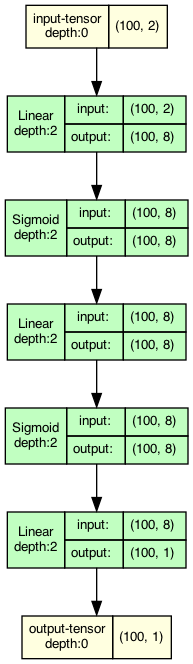
This is MonLoss_graph_f6.gv.png from nestorcarmona/monotonic-NN, a Graphviz export, as it was before one commit. Its source is kept beside it as MonLoss_graph_f6.gv. Its diagram source:
```dot
strict digraph MonLoss_graph_f6 {
	graph [ordering=in rankdir="figures/" size="12.0,12.0"]
	node [align=left fontname="Linux libertine" fontsize=10 height=0.2 margin=0 ranksep=0.1 shape=plaintext style=filled]
	edge [fontsize=10]
	0 [label=<
                    <TABLE BORDER="0" CELLBORDER="1"
                    CELLSPACING="0" CELLPADDING="4">
                        <TR><TD>input-tensor<BR/>depth:0</TD><TD>(100, 2)</TD></TR>
                    </TABLE>> fillcolor=lightyellow]
	1 [label=<
                    <TABLE BORDER="0" CELLBORDER="1"
                    CELLSPACING="0" CELLPADDING="4">
                    <TR>
                        <TD ROWSPAN="2">Linear<BR/>depth:2</TD>
                        <TD COLSPAN="2">input:</TD>
                        <TD COLSPAN="2">(100, 2) </TD>
                    </TR>
                    <TR>
                        <TD COLSPAN="2">output: </TD>
                        <TD COLSPAN="2">(100, 8) </TD>
                    </TR>
                    </TABLE>> fillcolor=darkseagreen1]
	2 [label=<
                    <TABLE BORDER="0" CELLBORDER="1"
                    CELLSPACING="0" CELLPADDING="4">
                    <TR>
                        <TD ROWSPAN="2">Sigmoid<BR/>depth:2</TD>
                        <TD COLSPAN="2">input:</TD>
                        <TD COLSPAN="2">(100, 8) </TD>
                    </TR>
                    <TR>
                        <TD COLSPAN="2">output: </TD>
                        <TD COLSPAN="2">(100, 8) </TD>
                    </TR>
                    </TABLE>> fillcolor=darkseagreen1]
	3 [label=<
                    <TABLE BORDER="0" CELLBORDER="1"
                    CELLSPACING="0" CELLPADDING="4">
                    <TR>
                        <TD ROWSPAN="2">Linear<BR/>depth:2</TD>
                        <TD COLSPAN="2">input:</TD>
                        <TD COLSPAN="2">(100, 8) </TD>
                    </TR>
                    <TR>
                        <TD COLSPAN="2">output: </TD>
                        <TD COLSPAN="2">(100, 8) </TD>
                    </TR>
                    </TABLE>> fillcolor=darkseagreen1]
	4 [label=<
                    <TABLE BORDER="0" CELLBORDER="1"
                    CELLSPACING="0" CELLPADDING="4">
                    <TR>
                        <TD ROWSPAN="2">Sigmoid<BR/>depth:2</TD>
                        <TD COLSPAN="2">input:</TD>
                        <TD COLSPAN="2">(100, 8) </TD>
                    </TR>
                    <TR>
                        <TD COLSPAN="2">output: </TD>
                        <TD COLSPAN="2">(100, 8) </TD>
                    </TR>
                    </TABLE>> fillcolor=darkseagreen1]
	5 [label=<
                    <TABLE BORDER="0" CELLBORDER="1"
                    CELLSPACING="0" CELLPADDING="4">
                    <TR>
                        <TD ROWSPAN="2">Linear<BR/>depth:2</TD>
                        <TD COLSPAN="2">input:</TD>
                        <TD COLSPAN="2">(100, 8) </TD>
                    </TR>
                    <TR>
                        <TD COLSPAN="2">output: </TD>
                        <TD COLSPAN="2">(100, 1) </TD>
                    </TR>
                    </TABLE>> fillcolor=darkseagreen1]
	6 [label=<
                    <TABLE BORDER="0" CELLBORDER="1"
                    CELLSPACING="0" CELLPADDING="4">
                        <TR><TD>output-tensor<BR/>depth:0</TD><TD>(100, 1)</TD></TR>
                    </TABLE>> fillcolor=lightyellow]
	0 -> 1
	1 -> 2
	2 -> 3
	3 -> 4
	4 -> 5
	5 -> 6
}
```
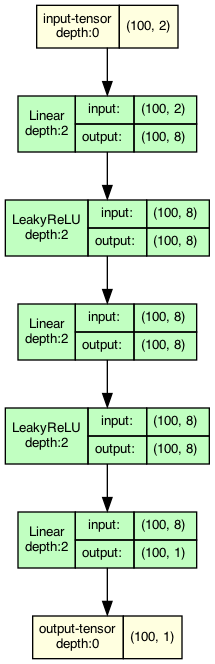
The same diagram one commit later.

Diff of the diagram source:
```diff
@@ -24,7 +24,7 @@
                     <TABLE BORDER="0" CELLBORDER="1"
                     CELLSPACING="0" CELLPADDING="4">
                     <TR>
-                        <TD ROWSPAN="2">Sigmoid<BR/>depth:2</TD>
+                        <TD ROWSPAN="2">LeakyReLU<BR/>depth:2</TD>
                         <TD COLSPAN="2">input:</TD>
                         <TD COLSPAN="2">(100, 8) </TD>
                     </TR>
@@ -50,7 +50,7 @@
                     <TABLE BORDER="0" CELLBORDER="1"
                     CELLSPACING="0" CELLPADDING="4">
                     <TR>
-                        <TD ROWSPAN="2">Sigmoid<BR/>depth:2</TD>
+                        <TD ROWSPAN="2">LeakyReLU<BR/>depth:2</TD>
                         <TD COLSPAN="2">input:</TD>
                         <TD COLSPAN="2">(100, 8) </TD>
                     </TR>
```
